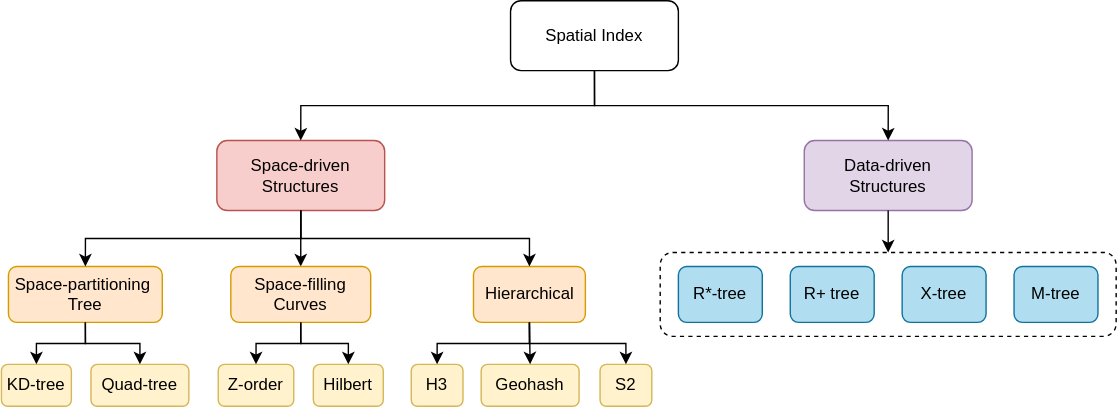
addu390/addu390.github.io keeps this draw.io diagram as assets/posts/spatial-index/spatial-index-types.svg. Above is the earlier version. Source tidied: cells renumbered, new cells last; positions are measured from the earlier drawing's top-left corner, leaving out a move shared by most shapes.
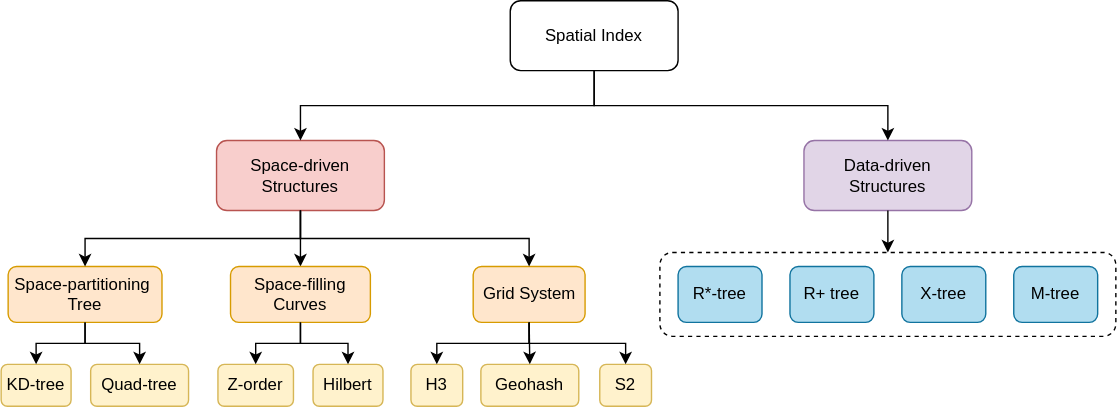
The same diagram one commit later.

Commit message:
Add overview for the post - spatio temporal index

What changed in the source:
```diff
@@ -11,7 +11,7 @@
     <mxCell id="4" value="Data-driven Structures" style="rounded=1;whiteSpace=wrap;html=1;fillColor=#e1d5e7;strokeColor=#9673a6;" parent="1" vertex="1">
       <mxGeometry x="574" y="100" width="120" height="50" as="geometry" />
     </mxCell>
-    <mxCell id="5" value="Hierarchical" style="rounded=1;whiteSpace=wrap;html=1;fillColor=#ffe6cc;strokeColor=#d79b00;" parent="1" vertex="1">
+    <mxCell id="5" value="Grid System" style="rounded=1;whiteSpace=wrap;html=1;fillColor=#ffe6cc;strokeColor=#d79b00;" parent="1" vertex="1">
       <mxGeometry x="337.5" y="190" width="80" height="40" as="geometry" />
     </mxCell>
     <mxCell id="6" value="R*-tree" style="rounded=1;whiteSpace=wrap;html=1;fillColor=#b1ddf0;strokeColor=#10739e;" parent="1" vertex="1">
```
